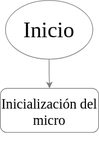
Before: Diagrama.drawio.svg, a diagram exported from draw.io (Kourii/integradora). Source tidied: cells renumbered, new cells last; positions are measured from the earlier drawing's top-left corner, leaving out a move shared by most shapes.
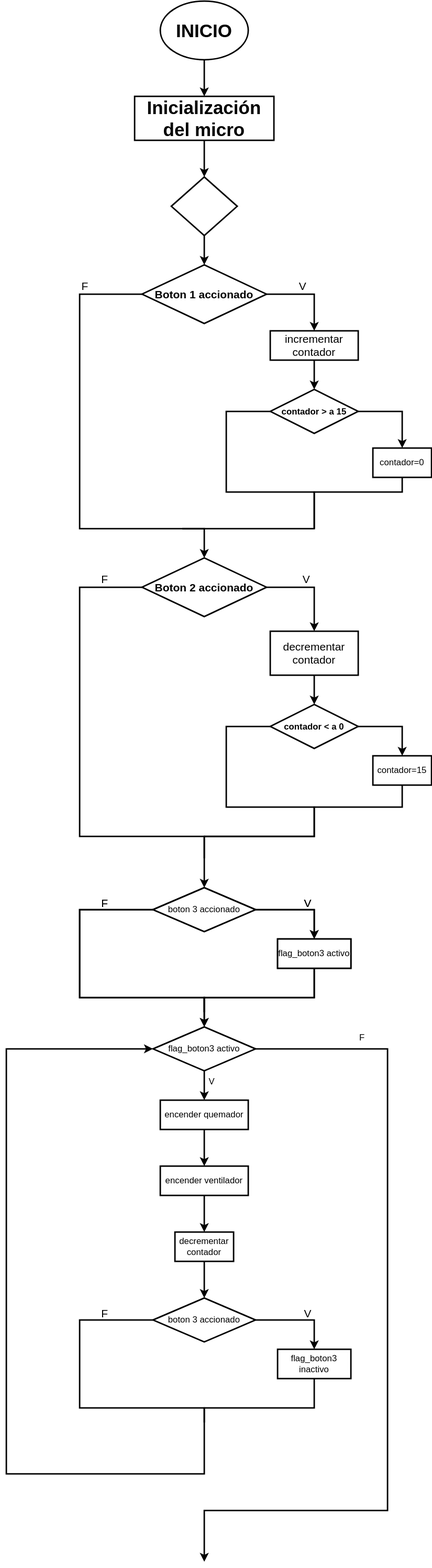
Later version of the same file.

What changed in the source:
```diff
@@ -2,14 +2,301 @@
   <root>
     <mxCell id="0" />
     <mxCell id="1" parent="0" />
-    <mxCell id="2" style="edgeStyle=orthogonalEdgeStyle;rounded=0;jettySize=auto;html=1;exitX=0.5;exitY=1;exitDx=0;exitDy=0;entryX=0.5;entryY=0;entryDx=0;entryDy=0;fontFamily=Verdana;fontSize=30;strokeColor=#808080;" parent="1" edge="1" source="3" target="4">
-      <mxGeometry relative="1" as="geometry" />
-    </mxCell>
-    <mxCell id="3" value="&lt;font style=&quot;font-size: 30px;&quot; face=&quot;Verdana&quot;&gt;Inicio&lt;/font&gt;" style="ellipse;whiteSpace=wrap;html=1;strokeColor=#808080;" parent="1" vertex="1">
-      <mxGeometry x="7" width="120" height="80" as="geometry" />
-    </mxCell>
+    <mxCell id="5" style="edgeStyle=orthogonalEdgeStyle;rounded=0;jettySize=auto;html=1;exitX=0.5;exitY=1;exitDx=0;exitDy=0;entryX=0.5;entryY=0;entryDx=0;entryDy=0;fontSize=25;strokeWidth=2;fontStyle=1;" parent="1" edge="1" source="6" target="4">
+      <mxGeometry relative="1" as="geometry" />
+    </mxCell>
+    <mxCell id="6" value="&lt;font style=&quot;font-size: 25px;&quot;&gt;INICIO&lt;/font&gt;" style="ellipse;whiteSpace=wrap;html=1;strokeWidth=2;fontStyle=1;" parent="1" vertex="1">
+      <mxGeometry x="35" y="-10" width="120" height="80" as="geometry" />
+    </mxCell>
+    <mxCell id="7" style="edgeStyle=orthogonalEdgeStyle;rounded=0;jettySize=auto;html=1;exitX=0.5;exitY=1;exitDx=0;exitDy=0;entryX=0.5;entryY=0;entryDx=0;entryDy=0;strokeWidth=2;fontSize=25;fontStyle=1;" parent="1" edge="1" source="4" target="9">
+      <mxGeometry relative="1" as="geometry" />
+    </mxCell>
-    <mxCell id="4" value="&lt;p style=&quot;line-height: 60%;&quot;&gt;&lt;font style=&quot;font-size: 19px;&quot;&gt;Inicialización del micro&lt;br&gt;&lt;/font&gt;&lt;/p&gt;" style="rounded=1;whiteSpace=wrap;html=1;fontFamily=Verdana;fontSize=30;strokeColor=#808080;" parent="1" vertex="1">
-      <mxGeometry y="120" width="135" height="60" as="geometry" />
+    <mxCell id="4" value="Inicialización del micro" style="rounded=0;whiteSpace=wrap;html=1;fontSize=25;strokeWidth=2;fontStyle=1;" parent="1" vertex="1">
+      <mxGeometry y="120" width="190" height="60" as="geometry" />
     </mxCell>
+    <mxCell id="8" style="edgeStyle=orthogonalEdgeStyle;rounded=0;jettySize=auto;html=1;exitX=0.5;exitY=1;exitDx=0;exitDy=0;entryX=0.5;entryY=0;entryDx=0;entryDy=0;strokeWidth=2;fontSize=25;fontStyle=1;" parent="1" edge="1" source="9" target="14">
+      <mxGeometry relative="1" as="geometry" />
+    </mxCell>
+    <mxCell id="9" style="rhombus;whiteSpace=wrap;html=1;strokeWidth=2;fontSize=25;fontStyle=1;" parent="1" vertex="1">
+      <mxGeometry x="50" y="230" width="90" height="80" as="geometry" />
+    </mxCell>
+    <mxCell id="10" style="edgeStyle=orthogonalEdgeStyle;rounded=0;jettySize=auto;html=1;exitX=1;exitY=0.5;exitDx=0;exitDy=0;entryX=0.5;entryY=0;entryDx=0;entryDy=0;strokeWidth=2;fontSize=15;" parent="1" edge="1" source="14" target="16">
+      <mxGeometry relative="1" as="geometry" />
+    </mxCell>
+    <mxCell id="11" value="V" style="edgeLabel;html=1;align=center;verticalAlign=middle;fontSize=15;labelBackgroundColor=none;" parent="10" vertex="1">
+      <mxGeometry relative="1" as="geometry">
+        <mxPoint x="-10" y="-12" as="offset" />
+      </mxGeometry>
+    </mxCell>
+    <mxCell id="12" value="F" style="edgeLabel;html=1;align=center;verticalAlign=middle;fontSize=15;labelBackgroundColor=none;" parent="10" vertex="1">
+      <mxGeometry relative="1" as="geometry">
+        <mxPoint x="-307" y="-12" as="offset" />
+      </mxGeometry>
+    </mxCell>
+    <mxCell id="13" style="edgeStyle=orthogonalEdgeStyle;rounded=0;jettySize=auto;html=1;exitX=0;exitY=0.5;exitDx=0;exitDy=0;strokeWidth=2;fontSize=12;entryX=0.5;entryY=0;entryDx=0;entryDy=0;" parent="1" edge="1" source="14" target="28">
+      <mxGeometry relative="1" as="geometry">
+        <Array as="points">
+          <mxPoint x="-75" y="390" />
+          <mxPoint x="-75" y="710" />
+          <mxPoint x="95" y="710" />
+        </Array>
+      </mxGeometry>
+    </mxCell>
+    <mxCell id="14" value="&lt;p style=&quot;line-height: 100%; font-size: 15px;&quot;&gt;&lt;font style=&quot;font-size: 15px;&quot;&gt;Boton 1 accionado&lt;br&gt;&lt;/font&gt;&lt;/p&gt;" style="rhombus;whiteSpace=wrap;html=1;strokeWidth=2;fontSize=25;fontStyle=1;" parent="1" vertex="1">
+      <mxGeometry x="10" y="350" width="170" height="80" as="geometry" />
+    </mxCell>
+    <mxCell id="15" style="edgeStyle=orthogonalEdgeStyle;rounded=0;jettySize=auto;html=1;exitX=0.5;exitY=1;exitDx=0;exitDy=0;entryX=0.5;entryY=0;entryDx=0;entryDy=0;strokeWidth=2;fontSize=12;" parent="1" edge="1" source="16" target="19">
+      <mxGeometry relative="1" as="geometry" />
+    </mxCell>
+    <mxCell id="16" value="incrementar contador" style="rounded=0;whiteSpace=wrap;html=1;strokeWidth=2;fontSize=15;" parent="1" vertex="1">
+      <mxGeometry x="185" y="440" width="120" height="40" as="geometry" />
+    </mxCell>
+    <mxCell id="17" style="edgeStyle=orthogonalEdgeStyle;rounded=0;jettySize=auto;html=1;exitX=1;exitY=0.5;exitDx=0;exitDy=0;entryX=0.5;entryY=0;entryDx=0;entryDy=0;strokeWidth=2;fontSize=12;" parent="1" edge="1" source="19" target="21">
+      <mxGeometry relative="1" as="geometry" />
+    </mxCell>
+    <mxCell id="18" style="edgeStyle=orthogonalEdgeStyle;rounded=0;jettySize=auto;html=1;exitX=0;exitY=0.5;exitDx=0;exitDy=0;strokeWidth=2;fontSize=12;endArrow=none;endFill=0;" parent="1" edge="1" source="19">
+      <mxGeometry relative="1" as="geometry">
+        <mxPoint x="65" y="710" as="targetPoint" />
+        <Array as="points">
+          <mxPoint x="125" y="550" />
+          <mxPoint x="125" y="660" />
+          <mxPoint x="245" y="660" />
+          <mxPoint x="245" y="710" />
+        </Array>
+      </mxGeometry>
+    </mxCell>
+    <mxCell id="19" value="&lt;p style=&quot;line-height: 100%; font-size: 12px;&quot;&gt;&lt;font style=&quot;font-size: 12px;&quot;&gt;contador &amp;gt; a 15&lt;br&gt;&lt;/font&gt;&lt;/p&gt;" style="rhombus;whiteSpace=wrap;html=1;strokeWidth=2;fontSize=25;fontStyle=1;" parent="1" vertex="1">
+      <mxGeometry x="185" y="520" width="120" height="60" as="geometry" />
+    </mxCell>
+    <mxCell id="20" style="edgeStyle=orthogonalEdgeStyle;rounded=0;jettySize=auto;html=1;exitX=0.5;exitY=1;exitDx=0;exitDy=0;strokeWidth=2;fontSize=12;endArrow=none;endFill=0;" parent="1" edge="1" source="21">
+      <mxGeometry relative="1" as="geometry">
+        <mxPoint x="245" y="710" as="targetPoint" />
+        <Array as="points">
+          <mxPoint x="365" y="660" />
+          <mxPoint x="245" y="660" />
+        </Array>
+      </mxGeometry>
+    </mxCell>
+    <mxCell id="21" value="contador=0" style="rounded=0;whiteSpace=wrap;html=1;labelBackgroundColor=none;strokeWidth=2;fontSize=12;" parent="1" vertex="1">
+      <mxGeometry x="325" y="600" width="80" height="40" as="geometry" />
+    </mxCell>
+    <mxCell id="22" style="edgeStyle=orthogonalEdgeStyle;rounded=0;jettySize=auto;html=1;exitX=1;exitY=0.5;exitDx=0;exitDy=0;entryX=0.5;entryY=0;entryDx=0;entryDy=0;strokeWidth=2;fontSize=15;" parent="1" edge="1" source="28" target="30">
+      <mxGeometry relative="1" as="geometry" />
+    </mxCell>
+    <mxCell id="23" value="V" style="edgeLabel;html=1;align=center;verticalAlign=middle;fontSize=15;labelBackgroundColor=none;" parent="22" vertex="1">
+      <mxGeometry relative="1" as="geometry">
+        <mxPoint x="-10" y="-12" as="offset" />
+      </mxGeometry>
+    </mxCell>
+    <mxCell id="24" value="F" style="edgeLabel;html=1;align=center;verticalAlign=middle;fontSize=15;labelBackgroundColor=none;" parent="22" vertex="1">
+      <mxGeometry relative="1" as="geometry">
+        <mxPoint x="-285" y="-12" as="offset" />
+      </mxGeometry>
+    </mxCell>
+    <mxCell id="25" value="V" style="edgeLabel;html=1;align=center;verticalAlign=middle;fontSize=15;labelBackgroundColor=none;" parent="22" vertex="1">
+      <mxGeometry relative="1" as="geometry">
+        <mxPoint x="-8" y="430" as="offset" />
+      </mxGeometry>
+    </mxCell>
+    <mxCell id="26" value="F" style="edgeLabel;html=1;align=center;verticalAlign=middle;fontSize=15;labelBackgroundColor=none;" parent="22" vertex="1">
+      <mxGeometry relative="1" as="geometry">
+        <mxPoint x="-285" y="430" as="offset" />
+      </mxGeometry>
+    </mxCell>
+    <mxCell id="27" style="edgeStyle=orthogonalEdgeStyle;jettySize=auto;html=1;exitX=0;exitY=0.5;exitDx=0;exitDy=0;strokeWidth=2;fontSize=12;entryX=0.5;entryY=0;entryDx=0;entryDy=0;rounded=0;" parent="1" edge="1" source="28" target="38">
+      <mxGeometry relative="1" as="geometry">
+        <Array as="points">
+          <mxPoint x="-75" y="790" />
+          <mxPoint x="-75" y="1130" />
+          <mxPoint x="95" y="1130" />
+        </Array>
+      </mxGeometry>
+    </mxCell>
+    <mxCell id="28" value="&lt;p style=&quot;line-height: 100%; font-size: 15px;&quot;&gt;&lt;font style=&quot;font-size: 15px;&quot;&gt;Boton 2 accionado&lt;br&gt;&lt;/font&gt;&lt;/p&gt;" style="rhombus;whiteSpace=wrap;html=1;strokeWidth=2;fontSize=25;fontStyle=1;" parent="1" vertex="1">
+      <mxGeometry x="10" y="750" width="170" height="80" as="geometry" />
+    </mxCell>
+    <mxCell id="29" style="edgeStyle=orthogonalEdgeStyle;rounded=0;jettySize=auto;html=1;exitX=0.5;exitY=1;exitDx=0;exitDy=0;entryX=0.5;entryY=0;entryDx=0;entryDy=0;strokeWidth=2;fontSize=12;" parent="1" edge="1" source="30" target="33">
+      <mxGeometry relative="1" as="geometry" />
+    </mxCell>
+    <mxCell id="30" value="&lt;div&gt;decrementar contador&lt;/div&gt;" style="rounded=0;whiteSpace=wrap;html=1;strokeWidth=2;fontSize=15;" parent="1" vertex="1">
+      <mxGeometry x="185" y="850" width="120" height="60" as="geometry" />
+    </mxCell>
+    <mxCell id="31" style="edgeStyle=orthogonalEdgeStyle;rounded=0;jettySize=auto;html=1;exitX=1;exitY=0.5;exitDx=0;exitDy=0;entryX=0.5;entryY=0;entryDx=0;entryDy=0;strokeWidth=2;fontSize=12;" parent="1" edge="1" source="33" target="35">
+      <mxGeometry relative="1" as="geometry" />
+    </mxCell>
+    <mxCell id="32" style="edgeStyle=orthogonalEdgeStyle;rounded=0;jettySize=auto;html=1;exitX=0;exitY=0.5;exitDx=0;exitDy=0;strokeWidth=2;fontSize=12;endArrow=none;endFill=0;" parent="1" edge="1" source="33">
+      <mxGeometry relative="1" as="geometry">
+        <mxPoint x="95" y="1160" as="targetPoint" />
+        <Array as="points">
+          <mxPoint x="125" y="980" />
+          <mxPoint x="125" y="1090" />
+          <mxPoint x="245" y="1090" />
+          <mxPoint x="245" y="1130" />
+          <mxPoint x="95" y="1130" />
+        </Array>
+      </mxGeometry>
+    </mxCell>
+    <mxCell id="33" value="&lt;p style=&quot;line-height: 100%; font-size: 12px;&quot;&gt;&lt;font style=&quot;font-size: 12px;&quot;&gt;contador &amp;lt; a 0&lt;br&gt;&lt;/font&gt;&lt;/p&gt;" style="rhombus;whiteSpace=wrap;html=1;strokeWidth=2;fontSize=25;fontStyle=1;" parent="1" vertex="1">
+      <mxGeometry x="185" y="950" width="120" height="60" as="geometry" />
+    </mxCell>
+    <mxCell id="34" style="edgeStyle=orthogonalEdgeStyle;rounded=0;jettySize=auto;html=1;exitX=0.5;exitY=1;exitDx=0;exitDy=0;strokeWidth=2;fontSize=12;endArrow=none;endFill=0;" parent="1" edge="1" source="35">
+      <mxGeometry relative="1" as="geometry">
+        <mxPoint x="95" y="1130" as="targetPoint" />
+        <Array as="points">
+          <mxPoint x="365" y="1090" />
+          <mxPoint x="245" y="1090" />
+        </Array>
+      </mxGeometry>
+    </mxCell>
+    <mxCell id="35" value="contador=15" style="rounded=0;whiteSpace=wrap;html=1;labelBackgroundColor=none;strokeWidth=2;fontSize=12;" parent="1" vertex="1">
+      <mxGeometry x="325" y="1020" width="80" height="40" as="geometry" />
+    </mxCell>
+    <mxCell id="36" style="edgeStyle=orthogonalEdgeStyle;rounded=0;jettySize=auto;html=1;exitX=1;exitY=0.5;exitDx=0;exitDy=0;strokeWidth=2;fontSize=12;endArrow=classic;endFill=1;entryX=0.5;entryY=0;entryDx=0;entryDy=0;" parent="1" edge="1" source="38" target="41">
+      <mxGeometry relative="1" as="geometry" />
+    </mxCell>
+    <mxCell id="37" style="edgeStyle=orthogonalEdgeStyle;rounded=0;jettySize=auto;html=1;exitX=0;exitY=0.5;exitDx=0;exitDy=0;strokeWidth=2;fontSize=12;endArrow=classic;endFill=1;" parent="1" edge="1" source="38" target="44">
+      <mxGeometry relative="1" as="geometry">
+        <Array as="points">
+          <mxPoint x="-75" y="1230" />
+          <mxPoint x="-75" y="1350" />
+          <mxPoint x="95" y="1350" />
+        </Array>
+      </mxGeometry>
+    </mxCell>
+    <mxCell id="38" value="boton 3 accionado" style="rhombus;whiteSpace=wrap;html=1;labelBackgroundColor=none;strokeWidth=2;fontSize=12;" parent="1" vertex="1">
+      <mxGeometry x="25" y="1200" width="140" height="60" as="geometry" />
+    </mxCell>
+    <mxCell id="39" style="edgeStyle=orthogonalEdgeStyle;rounded=0;jettySize=auto;html=1;exitX=0.5;exitY=1;exitDx=0;exitDy=0;strokeWidth=2;fontSize=12;endArrow=classic;endFill=1;" parent="1" edge="1" target="x">
+      <mxGeometry relative="1" as="geometry">
+        <mxPoint x="95" y="1650" as="sourcePoint" />
+      </mxGeometry>
+    </mxCell>
+    <mxCell id="40" style="edgeStyle=orthogonalEdgeStyle;rounded=0;jettySize=auto;html=1;exitX=0.5;exitY=1;exitDx=0;exitDy=0;strokeWidth=2;fontSize=12;endArrow=none;endFill=0;" parent="1" edge="1" source="41">
+      <mxGeometry relative="1" as="geometry">
+        <mxPoint x="95" y="1370" as="targetPoint" />
+        <Array as="points">
+          <mxPoint x="245" y="1350" />
+          <mxPoint x="95" y="1350" />
+        </Array>
+      </mxGeometry>
+    </mxCell>
+    <mxCell id="41" value="flag_boton3 activo" style="rounded=0;whiteSpace=wrap;html=1;labelBackgroundColor=none;strokeWidth=2;fontSize=12;" parent="1" vertex="1">
+      <mxGeometry x="195" y="1270" width="100" height="40" as="geometry" />
+    </mxCell>
+    <mxCell id="42" style="edgeStyle=orthogonalEdgeStyle;rounded=0;jettySize=auto;html=1;exitX=0.5;exitY=1;exitDx=0;exitDy=0;strokeWidth=2;fontSize=12;endArrow=classic;endFill=1;entryX=0.5;entryY=0;entryDx=0;entryDy=0;" parent="1" edge="1" source="44" target="46">
+      <mxGeometry relative="1" as="geometry">
+        <Array as="points">
+          <mxPoint x="95" y="1460" />
+          <mxPoint x="95" y="1460" />
+        </Array>
+      </mxGeometry>
+    </mxCell>
+    <mxCell id="43" style="edgeStyle=orthogonalEdgeStyle;rounded=0;jettySize=auto;html=1;exitX=1;exitY=0.5;exitDx=0;exitDy=0;strokeWidth=2;fontSize=12;endArrow=classic;endFill=1;" parent="1" edge="1" source="44">
+      <mxGeometry relative="1" as="geometry">
+        <mxPoint x="95" y="2120" as="targetPoint" />
+        <Array as="points">
+          <mxPoint x="345" y="1420" />
+          <mxPoint x="345" y="2050" />
+          <mxPoint x="95" y="2050" />
+        </Array>
+      </mxGeometry>
+    </mxCell>
+    <mxCell id="44" value="flag_boton3 activo" style="rhombus;whiteSpace=wrap;html=1;labelBackgroundColor=none;strokeWidth=2;fontSize=12;" parent="1" vertex="1">
+      <mxGeometry x="25" y="1390" width="140" height="60" as="geometry" />
+    </mxCell>
+    <mxCell id="45" style="edgeStyle=orthogonalEdgeStyle;rounded=0;jettySize=auto;html=1;exitX=0.5;exitY=1;exitDx=0;exitDy=0;entryX=0.5;entryY=0;entryDx=0;entryDy=0;strokeWidth=2;fontSize=12;endArrow=classic;endFill=1;" parent="1" edge="1" source="46" target="48">
+      <mxGeometry relative="1" as="geometry" />
+    </mxCell>
+    <mxCell id="46" value="encender quemador" style="rounded=0;whiteSpace=wrap;html=1;labelBackgroundColor=none;strokeWidth=2;fontSize=12;" parent="1" vertex="1">
+      <mxGeometry x="35" y="1490" width="120" height="40" as="geometry" />
+    </mxCell>
+    <mxCell id="47" style="edgeStyle=orthogonalEdgeStyle;rounded=0;jettySize=auto;html=1;exitX=0.5;exitY=1;exitDx=0;exitDy=0;entryX=0.5;entryY=0;entryDx=0;entryDy=0;strokeWidth=2;fontSize=12;endArrow=classic;endFill=1;" parent="1" edge="1" source="48" target="50">
+      <mxGeometry relative="1" as="geometry" />
+    </mxCell>
+    <mxCell id="48" value="encender ventilador" style="rounded=0;whiteSpace=wrap;html=1;labelBackgroundColor=none;strokeWidth=2;fontSize=12;" parent="1" vertex="1">
+      <mxGeometry x="35" y="1580" width="120" height="40" as="geometry" />
+    </mxCell>
+    <mxCell id="49" style="edgeStyle=orthogonalEdgeStyle;rounded=0;jettySize=auto;html=1;exitX=0.5;exitY=1;exitDx=0;exitDy=0;entryX=0.5;entryY=0;entryDx=0;entryDy=0;strokeWidth=2;fontSize=12;endArrow=classic;endFill=1;" parent="1" edge="1" source="50" target="62">
+      <mxGeometry relative="1" as="geometry" />
+    </mxCell>
+    <mxCell id="50" value="decrementar contador" style="rounded=0;whiteSpace=wrap;html=1;labelBackgroundColor=none;strokeWidth=2;fontSize=12;" parent="1" vertex="1">
+      <mxGeometry x="55" y="1670" width="80" height="40" as="geometry" />
+    </mxCell>
+    <mxCell id="51" value="V" style="edgeLabel;html=1;align=center;verticalAlign=middle;fontSize=15;labelBackgroundColor=none;" parent="1" vertex="1">
+      <mxGeometry x="235" y="1220" as="geometry" />
+    </mxCell>
+    <mxCell id="52" value="F" style="edgeLabel;html=1;align=center;verticalAlign=middle;fontSize=15;labelBackgroundColor=none;" parent="1" vertex="1">
+      <mxGeometry x="-42" y="1220" as="geometry" />
+    </mxCell>
+    <mxCell id="53" style="edgeStyle=orthogonalEdgeStyle;rounded=0;jettySize=auto;html=1;exitX=1;exitY=0.5;exitDx=0;exitDy=0;strokeWidth=2;fontSize=12;endArrow=classic;endFill=1;entryX=0.5;entryY=0;entryDx=0;entryDy=0;" parent="1" edge="1" source="55" target="57">
+      <mxGeometry relative="1" as="geometry" />
+    </mxCell>
+    <mxCell id="54" style="edgeStyle=orthogonalEdgeStyle;rounded=0;jettySize=auto;html=1;exitX=0;exitY=0.5;exitDx=0;exitDy=0;strokeWidth=2;fontSize=12;endArrow=classic;endFill=1;" parent="1" edge="1" source="55">
+      <mxGeometry relative="1" as="geometry">
+        <mxPoint x="95" y="1390" as="targetPoint" />
+        <Array as="points">
+          <mxPoint x="-75" y="1230" />
+          <mxPoint x="-75" y="1350" />
+          <mxPoint x="95" y="1350" />
+        </Array>
+      </mxGeometry>
+    </mxCell>
+    <mxCell id="55" value="boton 3 accionado" style="rhombus;whiteSpace=wrap;html=1;labelBackgroundColor=none;strokeWidth=2;fontSize=12;" parent="1" vertex="1">
+      <mxGeometry x="25" y="1200" width="140" height="60" as="geometry" />
+    </mxCell>
+    <mxCell id="56" style="edgeStyle=orthogonalEdgeStyle;rounded=0;jettySize=auto;html=1;exitX=0.5;exitY=1;exitDx=0;exitDy=0;strokeWidth=2;fontSize=12;endArrow=none;endFill=0;" parent="1" edge="1" source="57">
+      <mxGeometry relative="1" as="geometry">
+        <mxPoint x="95" y="1370" as="targetPoint" />
+        <Array as="points">
+          <mxPoint x="245" y="1350" />
+          <mxPoint x="95" y="1350" />
+        </Array>
+      </mxGeometry>
+    </mxCell>
+    <mxCell id="57" value="flag_boton3 activo" style="rounded=0;whiteSpace=wrap;html=1;labelBackgroundColor=none;strokeWidth=2;fontSize=12;" parent="1" vertex="1">
+      <mxGeometry x="195" y="1270" width="100" height="40" as="geometry" />
+    </mxCell>
+    <mxCell id="58" value="V" style="edgeLabel;html=1;align=center;verticalAlign=middle;fontSize=15;labelBackgroundColor=none;" parent="1" vertex="1">
+      <mxGeometry x="235" y="1780" as="geometry" />
+    </mxCell>
+    <mxCell id="59" value="F" style="edgeLabel;html=1;align=center;verticalAlign=middle;fontSize=15;labelBackgroundColor=none;" parent="1" vertex="1">
+      <mxGeometry x="-42" y="1780" as="geometry" />
+    </mxCell>
+    <mxCell id="60" style="edgeStyle=orthogonalEdgeStyle;rounded=0;jettySize=auto;html=1;exitX=1;exitY=0.5;exitDx=0;exitDy=0;strokeWidth=2;fontSize=12;endArrow=classic;endFill=1;entryX=0.5;entryY=0;entryDx=0;entryDy=0;" parent="1" edge="1" source="62" target="64">
+      <mxGeometry relative="1" as="geometry" />
+    </mxCell>
+    <mxCell id="61" style="edgeStyle=orthogonalEdgeStyle;rounded=0;jettySize=auto;html=1;exitX=0;exitY=0.5;exitDx=0;exitDy=0;strokeWidth=2;fontSize=12;endArrow=classic;endFill=1;entryX=0;entryY=0.5;entryDx=0;entryDy=0;" parent="1" edge="1" source="62" target="44">
+      <mxGeometry relative="1" as="geometry">
+        <Array as="points">
+          <mxPoint x="-75" y="1790" />
+          <mxPoint x="-75" y="1910" />
+          <mxPoint x="95" y="1910" />
+          <mxPoint x="95" y="2000" />
+          <mxPoint x="-175" y="2000" />
+          <mxPoint x="-175" y="1420" />
+        </Array>
+      </mxGeometry>
+    </mxCell>
+    <mxCell id="62" value="boton 3 accionado" style="rhombus;whiteSpace=wrap;html=1;labelBackgroundColor=none;strokeWidth=2;fontSize=12;" parent="1" vertex="1">
+      <mxGeometry x="25" y="1760" width="140" height="60" as="geometry" />
+    </mxCell>
+    <mxCell id="63" style="edgeStyle=orthogonalEdgeStyle;rounded=0;jettySize=auto;html=1;exitX=0.5;exitY=1;exitDx=0;exitDy=0;strokeWidth=2;fontSize=12;endArrow=none;endFill=0;" parent="1" edge="1" source="64">
+      <mxGeometry relative="1" as="geometry">
+        <mxPoint x="95" y="1930" as="targetPoint" />
+        <Array as="points">
+          <mxPoint x="245" y="1910" />
+          <mxPoint x="95" y="1910" />
+        </Array>
+      </mxGeometry>
+    </mxCell>
+    <mxCell id="64" value="flag_boton3 inactivo" style="rounded=0;whiteSpace=wrap;html=1;labelBackgroundColor=none;strokeWidth=2;fontSize=12;" parent="1" vertex="1">
+      <mxGeometry x="195" y="1830" width="100" height="40" as="geometry" />
+    </mxCell>
+    <mxCell id="65" value="V" style="text;html=1;align=center;verticalAlign=middle;strokeColor=none;fillColor=none;fontSize=12;" parent="1" vertex="1">
+      <mxGeometry x="90" y="1450" width="30" height="30" as="geometry" />
+    </mxCell>
+    <mxCell id="66" value="F" style="text;html=1;align=center;verticalAlign=middle;strokeColor=none;fillColor=none;fontSize=12;" parent="1" vertex="1">
+      <mxGeometry x="295" y="1390" width="30" height="30" as="geometry" />
+    </mxCell>
   </root>
 </mxGraphModel>
```
